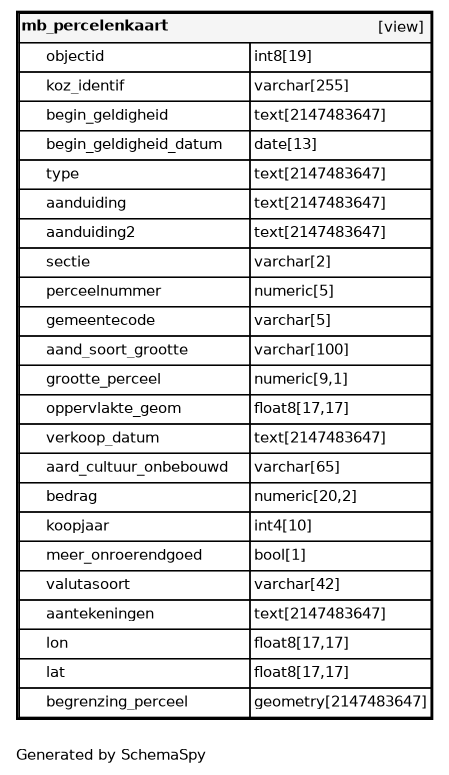
Above: datamodel/schemaspy/brk/diagrams/tables/mb_percelenkaart.1degree.png in B3Partners/brmo (Graphviz), before the change. Its source is kept beside it as datamodel/schemaspy/brk/diagrams/tables/mb_percelenkaart.1degree.dot.
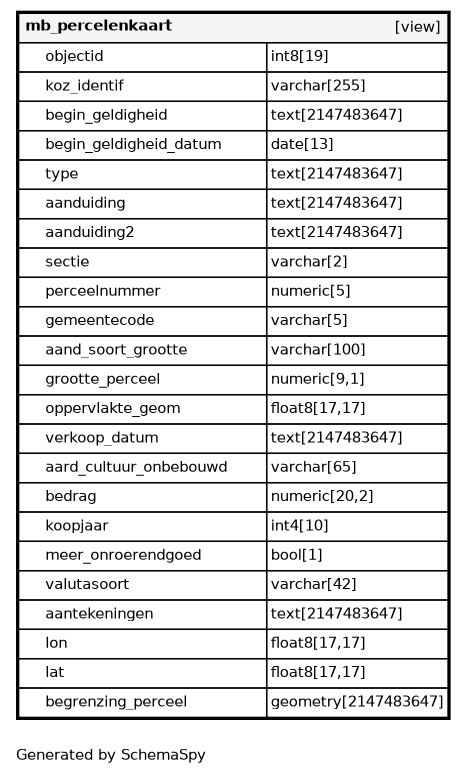
After the change.

Diff of the diagram source:
```diff
@@ -1,32 +1,32 @@
 digraph "oneDegreeRelationshipsDiagram" {
-  graph [    rankdir="RL"    bgcolor="#ffffff"    label="\nGenerated by SchemaSpy"    labeljust="l"    nodesep="0.18"    ranksep="0.46"    fontname="Helvetica"    fontsize="11"    ration="compress"  ];  node [    fontname="Helvetica"    fontsize="11"    shape="plaintext"  ];  edge [    arrowsize="0.8"  ];
+  graph [    rankdir="RL"    bgcolor="#ffffff"    label="\nGenerated by SchemaSpy"    labeljust="l"    nodesep="0.18"    ranksep="0.46"    fontname="Helvetica"    fontsize="11"    packmode="graph"  ];  node [    fontname="Helvetica"    fontsize="11"    shape="plaintext"  ];  edge [    arrowsize="0.8"  ];
   "mb_percelenkaart" [
    label=<
     <TABLE BORDER="2" CELLBORDER="1" CELLSPACING="0" BGCOLOR="#ffffff">
-      <TR><TD COLSPAN="4"  BGCOLOR="#f5f5f5"><TABLE BORDER="0" CELLSPACING="0"><TR><TD ALIGN="LEFT" FIXEDSIZE="TRUE" WIDTH="108" HEIGHT="16"><B>mb_percelenkaart</B></TD><TD ALIGN="RIGHT">[view]</TD></TR></TABLE></TD></TR>
-      <TR><TD PORT="objectid" COLSPAN="2" ALIGN="LEFT"><TABLE BORDER="0" CELLSPACING="0" ALIGN="LEFT"><TR ALIGN="LEFT"><TD ALIGN="LEFT" FIXEDSIZE="TRUE" WIDTH="15" HEIGHT="16"></TD><TD ALIGN="LEFT" FIXEDSIZE="TRUE" WIDTH="152" HEIGHT="16">objectid</TD></TR></TABLE></TD><TD PORT="objectid.type" ALIGN="LEFT">int8[19]</TD></TR>
-      <TR><TD PORT="koz_identif" COLSPAN="2" ALIGN="LEFT"><TABLE BORDER="0" CELLSPACING="0" ALIGN="LEFT"><TR ALIGN="LEFT"><TD ALIGN="LEFT" FIXEDSIZE="TRUE" WIDTH="15" HEIGHT="16"></TD><TD ALIGN="LEFT" FIXEDSIZE="TRUE" WIDTH="152" HEIGHT="16">koz_identif</TD></TR></TABLE></TD><TD PORT="koz_identif.type" ALIGN="LEFT">varchar[255]</TD></TR>
-      <TR><TD PORT="begin_geldigheid" COLSPAN="2" ALIGN="LEFT"><TABLE BORDER="0" CELLSPACING="0" ALIGN="LEFT"><TR ALIGN="LEFT"><TD ALIGN="LEFT" FIXEDSIZE="TRUE" WIDTH="15" HEIGHT="16"></TD><TD ALIGN="LEFT" FIXEDSIZE="TRUE" WIDTH="152" HEIGHT="16">begin_geldigheid</TD></TR></TABLE></TD><TD PORT="begin_geldigheid.type" ALIGN="LEFT">text[2147483647]</TD></TR>
-      <TR><TD PORT="begin_geldigheid_datum" COLSPAN="2" ALIGN="LEFT"><TABLE BORDER="0" CELLSPACING="0" ALIGN="LEFT"><TR ALIGN="LEFT"><TD ALIGN="LEFT" FIXEDSIZE="TRUE" WIDTH="15" HEIGHT="16"></TD><TD ALIGN="LEFT" FIXEDSIZE="TRUE" WIDTH="152" HEIGHT="16">begin_geldigheid_datum</TD></TR></TABLE></TD><TD PORT="begin_geldigheid_datum.type" ALIGN="LEFT">date[13]</TD></TR>
-      <TR><TD PORT="type" COLSPAN="2" ALIGN="LEFT"><TABLE BORDER="0" CELLSPACING="0" ALIGN="LEFT"><TR ALIGN="LEFT"><TD ALIGN="LEFT" FIXEDSIZE="TRUE" WIDTH="15" HEIGHT="16"></TD><TD ALIGN="LEFT" FIXEDSIZE="TRUE" WIDTH="152" HEIGHT="16">type</TD></TR></TABLE></TD><TD PORT="type.type" ALIGN="LEFT">text[2147483647]</TD></TR>
-      <TR><TD PORT="aanduiding" COLSPAN="2" ALIGN="LEFT"><TABLE BORDER="0" CELLSPACING="0" ALIGN="LEFT"><TR ALIGN="LEFT"><TD ALIGN="LEFT" FIXEDSIZE="TRUE" WIDTH="15" HEIGHT="16"></TD><TD ALIGN="LEFT" FIXEDSIZE="TRUE" WIDTH="152" HEIGHT="16">aanduiding</TD></TR></TABLE></TD><TD PORT="aanduiding.type" ALIGN="LEFT">text[2147483647]</TD></TR>
-      <TR><TD PORT="aanduiding2" COLSPAN="2" ALIGN="LEFT"><TABLE BORDER="0" CELLSPACING="0" ALIGN="LEFT"><TR ALIGN="LEFT"><TD ALIGN="LEFT" FIXEDSIZE="TRUE" WIDTH="15" HEIGHT="16"></TD><TD ALIGN="LEFT" FIXEDSIZE="TRUE" WIDTH="152" HEIGHT="16">aanduiding2</TD></TR></TABLE></TD><TD PORT="aanduiding2.type" ALIGN="LEFT">text[2147483647]</TD></TR>
-      <TR><TD PORT="sectie" COLSPAN="2" ALIGN="LEFT"><TABLE BORDER="0" CELLSPACING="0" ALIGN="LEFT"><TR ALIGN="LEFT"><TD ALIGN="LEFT" FIXEDSIZE="TRUE" WIDTH="15" HEIGHT="16"></TD><TD ALIGN="LEFT" FIXEDSIZE="TRUE" WIDTH="152" HEIGHT="16">sectie</TD></TR></TABLE></TD><TD PORT="sectie.type" ALIGN="LEFT">varchar[2]</TD></TR>
-      <TR><TD PORT="perceelnummer" COLSPAN="2" ALIGN="LEFT"><TABLE BORDER="0" CELLSPACING="0" ALIGN="LEFT"><TR ALIGN="LEFT"><TD ALIGN="LEFT" FIXEDSIZE="TRUE" WIDTH="15" HEIGHT="16"></TD><TD ALIGN="LEFT" FIXEDSIZE="TRUE" WIDTH="152" HEIGHT="16">perceelnummer</TD></TR></TABLE></TD><TD PORT="perceelnummer.type" ALIGN="LEFT">numeric[5]</TD></TR>
-      <TR><TD PORT="gemeentecode" COLSPAN="2" ALIGN="LEFT"><TABLE BORDER="0" CELLSPACING="0" ALIGN="LEFT"><TR ALIGN="LEFT"><TD ALIGN="LEFT" FIXEDSIZE="TRUE" WIDTH="15" HEIGHT="16"></TD><TD ALIGN="LEFT" FIXEDSIZE="TRUE" WIDTH="152" HEIGHT="16">gemeentecode</TD></TR></TABLE></TD><TD PORT="gemeentecode.type" ALIGN="LEFT">varchar[5]</TD></TR>
-      <TR><TD PORT="aand_soort_grootte" COLSPAN="2" ALIGN="LEFT"><TABLE BORDER="0" CELLSPACING="0" ALIGN="LEFT"><TR ALIGN="LEFT"><TD ALIGN="LEFT" FIXEDSIZE="TRUE" WIDTH="15" HEIGHT="16"></TD><TD ALIGN="LEFT" FIXEDSIZE="TRUE" WIDTH="152" HEIGHT="16">aand_soort_grootte</TD></TR></TABLE></TD><TD PORT="aand_soort_grootte.type" ALIGN="LEFT">varchar[100]</TD></TR>
-      <TR><TD PORT="grootte_perceel" COLSPAN="2" ALIGN="LEFT"><TABLE BORDER="0" CELLSPACING="0" ALIGN="LEFT"><TR ALIGN="LEFT"><TD ALIGN="LEFT" FIXEDSIZE="TRUE" WIDTH="15" HEIGHT="16"></TD><TD ALIGN="LEFT" FIXEDSIZE="TRUE" WIDTH="152" HEIGHT="16">grootte_perceel</TD></TR></TABLE></TD><TD PORT="grootte_perceel.type" ALIGN="LEFT">numeric[9,1]</TD></TR>
-      <TR><TD PORT="oppervlakte_geom" COLSPAN="2" ALIGN="LEFT"><TABLE BORDER="0" CELLSPACING="0" ALIGN="LEFT"><TR ALIGN="LEFT"><TD ALIGN="LEFT" FIXEDSIZE="TRUE" WIDTH="15" HEIGHT="16"></TD><TD ALIGN="LEFT" FIXEDSIZE="TRUE" WIDTH="152" HEIGHT="16">oppervlakte_geom</TD></TR></TABLE></TD><TD PORT="oppervlakte_geom.type" ALIGN="LEFT">float8[17,17]</TD></TR>
-      <TR><TD PORT="verkoop_datum" COLSPAN="2" ALIGN="LEFT"><TABLE BORDER="0" CELLSPACING="0" ALIGN="LEFT"><TR ALIGN="LEFT"><TD ALIGN="LEFT" FIXEDSIZE="TRUE" WIDTH="15" HEIGHT="16"></TD><TD ALIGN="LEFT" FIXEDSIZE="TRUE" WIDTH="152" HEIGHT="16">verkoop_datum</TD></TR></TABLE></TD><TD PORT="verkoop_datum.type" ALIGN="LEFT">text[2147483647]</TD></TR>
-      <TR><TD PORT="aard_cultuur_onbebouwd" COLSPAN="2" ALIGN="LEFT"><TABLE BORDER="0" CELLSPACING="0" ALIGN="LEFT"><TR ALIGN="LEFT"><TD ALIGN="LEFT" FIXEDSIZE="TRUE" WIDTH="15" HEIGHT="16"></TD><TD ALIGN="LEFT" FIXEDSIZE="TRUE" WIDTH="152" HEIGHT="16">aard_cultuur_onbebouwd</TD></TR></TABLE></TD><TD PORT="aard_cultuur_onbebouwd.type" ALIGN="LEFT">varchar[65]</TD></TR>
-      <TR><TD PORT="bedrag" COLSPAN="2" ALIGN="LEFT"><TABLE BORDER="0" CELLSPACING="0" ALIGN="LEFT"><TR ALIGN="LEFT"><TD ALIGN="LEFT" FIXEDSIZE="TRUE" WIDTH="15" HEIGHT="16"></TD><TD ALIGN="LEFT" FIXEDSIZE="TRUE" WIDTH="152" HEIGHT="16">bedrag</TD></TR></TABLE></TD><TD PORT="bedrag.type" ALIGN="LEFT">numeric[20,2]</TD></TR>
-      <TR><TD PORT="koopjaar" COLSPAN="2" ALIGN="LEFT"><TABLE BORDER="0" CELLSPACING="0" ALIGN="LEFT"><TR ALIGN="LEFT"><TD ALIGN="LEFT" FIXEDSIZE="TRUE" WIDTH="15" HEIGHT="16"></TD><TD ALIGN="LEFT" FIXEDSIZE="TRUE" WIDTH="152" HEIGHT="16">koopjaar</TD></TR></TABLE></TD><TD PORT="koopjaar.type" ALIGN="LEFT">int4[10]</TD></TR>
-      <TR><TD PORT="meer_onroerendgoed" COLSPAN="2" ALIGN="LEFT"><TABLE BORDER="0" CELLSPACING="0" ALIGN="LEFT"><TR ALIGN="LEFT"><TD ALIGN="LEFT" FIXEDSIZE="TRUE" WIDTH="15" HEIGHT="16"></TD><TD ALIGN="LEFT" FIXEDSIZE="TRUE" WIDTH="152" HEIGHT="16">meer_onroerendgoed</TD></TR></TABLE></TD><TD PORT="meer_onroerendgoed.type" ALIGN="LEFT">bool[1]</TD></TR>
-      <TR><TD PORT="valutasoort" COLSPAN="2" ALIGN="LEFT"><TABLE BORDER="0" CELLSPACING="0" ALIGN="LEFT"><TR ALIGN="LEFT"><TD ALIGN="LEFT" FIXEDSIZE="TRUE" WIDTH="15" HEIGHT="16"></TD><TD ALIGN="LEFT" FIXEDSIZE="TRUE" WIDTH="152" HEIGHT="16">valutasoort</TD></TR></TABLE></TD><TD PORT="valutasoort.type" ALIGN="LEFT">varchar[42]</TD></TR>
-      <TR><TD PORT="aantekeningen" COLSPAN="2" ALIGN="LEFT"><TABLE BORDER="0" CELLSPACING="0" ALIGN="LEFT"><TR ALIGN="LEFT"><TD ALIGN="LEFT" FIXEDSIZE="TRUE" WIDTH="15" HEIGHT="16"></TD><TD ALIGN="LEFT" FIXEDSIZE="TRUE" WIDTH="152" HEIGHT="16">aantekeningen</TD></TR></TABLE></TD><TD PORT="aantekeningen.type" ALIGN="LEFT">text[2147483647]</TD></TR>
-      <TR><TD PORT="lon" COLSPAN="2" ALIGN="LEFT"><TABLE BORDER="0" CELLSPACING="0" ALIGN="LEFT"><TR ALIGN="LEFT"><TD ALIGN="LEFT" FIXEDSIZE="TRUE" WIDTH="15" HEIGHT="16"></TD><TD ALIGN="LEFT" FIXEDSIZE="TRUE" WIDTH="152" HEIGHT="16">lon</TD></TR></TABLE></TD><TD PORT="lon.type" ALIGN="LEFT">float8[17,17]</TD></TR>
-      <TR><TD PORT="lat" COLSPAN="2" ALIGN="LEFT"><TABLE BORDER="0" CELLSPACING="0" ALIGN="LEFT"><TR ALIGN="LEFT"><TD ALIGN="LEFT" FIXEDSIZE="TRUE" WIDTH="15" HEIGHT="16"></TD><TD ALIGN="LEFT" FIXEDSIZE="TRUE" WIDTH="152" HEIGHT="16">lat</TD></TR></TABLE></TD><TD PORT="lat.type" ALIGN="LEFT">float8[17,17]</TD></TR>
-      <TR><TD PORT="begrenzing_perceel" COLSPAN="2" ALIGN="LEFT"><TABLE BORDER="0" CELLSPACING="0" ALIGN="LEFT"><TR ALIGN="LEFT"><TD ALIGN="LEFT" FIXEDSIZE="TRUE" WIDTH="15" HEIGHT="16"></TD><TD ALIGN="LEFT" FIXEDSIZE="TRUE" WIDTH="152" HEIGHT="16">begrenzing_perceel</TD></TR></TABLE></TD><TD PORT="begrenzing_perceel.type" ALIGN="LEFT">geometry[2147483647]</TD></TR>
+      <TR><TD COLSPAN="4"  BGCOLOR="#f5f5f5"><TABLE BORDER="0" CELLSPACING="0"><TR><TD ALIGN="LEFT" FIXEDSIZE="TRUE" WIDTH="118" HEIGHT="16"><B>mb_percelenkaart</B></TD><TD ALIGN="RIGHT">[view]</TD></TR></TABLE></TD></TR>
+      <TR><TD PORT="objectid" COLSPAN="2" ALIGN="LEFT"><TABLE BORDER="0" CELLSPACING="0" ALIGN="LEFT"><TR ALIGN="LEFT"><TD ALIGN="LEFT" FIXEDSIZE="TRUE" WIDTH="15" HEIGHT="16"></TD><TD ALIGN="LEFT" FIXEDSIZE="TRUE" WIDTH="165" HEIGHT="16">objectid</TD></TR></TABLE></TD><TD PORT="objectid.type" ALIGN="LEFT">int8[19]</TD></TR>
+      <TR><TD PORT="koz_identif" COLSPAN="2" ALIGN="LEFT"><TABLE BORDER="0" CELLSPACING="0" ALIGN="LEFT"><TR ALIGN="LEFT"><TD ALIGN="LEFT" FIXEDSIZE="TRUE" WIDTH="15" HEIGHT="16"></TD><TD ALIGN="LEFT" FIXEDSIZE="TRUE" WIDTH="165" HEIGHT="16">koz_identif</TD></TR></TABLE></TD><TD PORT="koz_identif.type" ALIGN="LEFT">varchar[255]</TD></TR>
+      <TR><TD PORT="begin_geldigheid" COLSPAN="2" ALIGN="LEFT"><TABLE BORDER="0" CELLSPACING="0" ALIGN="LEFT"><TR ALIGN="LEFT"><TD ALIGN="LEFT" FIXEDSIZE="TRUE" WIDTH="15" HEIGHT="16"></TD><TD ALIGN="LEFT" FIXEDSIZE="TRUE" WIDTH="165" HEIGHT="16">begin_geldigheid</TD></TR></TABLE></TD><TD PORT="begin_geldigheid.type" ALIGN="LEFT">text[2147483647]</TD></TR>
+      <TR><TD PORT="begin_geldigheid_datum" COLSPAN="2" ALIGN="LEFT"><TABLE BORDER="0" CELLSPACING="0" ALIGN="LEFT"><TR ALIGN="LEFT"><TD ALIGN="LEFT" FIXEDSIZE="TRUE" WIDTH="15" HEIGHT="16"></TD><TD ALIGN="LEFT" FIXEDSIZE="TRUE" WIDTH="165" HEIGHT="16">begin_geldigheid_datum</TD></TR></TABLE></TD><TD PORT="begin_geldigheid_datum.type" ALIGN="LEFT">date[13]</TD></TR>
+      <TR><TD PORT="type" COLSPAN="2" ALIGN="LEFT"><TABLE BORDER="0" CELLSPACING="0" ALIGN="LEFT"><TR ALIGN="LEFT"><TD ALIGN="LEFT" FIXEDSIZE="TRUE" WIDTH="15" HEIGHT="16"></TD><TD ALIGN="LEFT" FIXEDSIZE="TRUE" WIDTH="165" HEIGHT="16">type</TD></TR></TABLE></TD><TD PORT="type.type" ALIGN="LEFT">text[2147483647]</TD></TR>
+      <TR><TD PORT="aanduiding" COLSPAN="2" ALIGN="LEFT"><TABLE BORDER="0" CELLSPACING="0" ALIGN="LEFT"><TR ALIGN="LEFT"><TD ALIGN="LEFT" FIXEDSIZE="TRUE" WIDTH="15" HEIGHT="16"></TD><TD ALIGN="LEFT" FIXEDSIZE="TRUE" WIDTH="165" HEIGHT="16">aanduiding</TD></TR></TABLE></TD><TD PORT="aanduiding.type" ALIGN="LEFT">text[2147483647]</TD></TR>
+      <TR><TD PORT="aanduiding2" COLSPAN="2" ALIGN="LEFT"><TABLE BORDER="0" CELLSPACING="0" ALIGN="LEFT"><TR ALIGN="LEFT"><TD ALIGN="LEFT" FIXEDSIZE="TRUE" WIDTH="15" HEIGHT="16"></TD><TD ALIGN="LEFT" FIXEDSIZE="TRUE" WIDTH="165" HEIGHT="16">aanduiding2</TD></TR></TABLE></TD><TD PORT="aanduiding2.type" ALIGN="LEFT">text[2147483647]</TD></TR>
+      <TR><TD PORT="sectie" COLSPAN="2" ALIGN="LEFT"><TABLE BORDER="0" CELLSPACING="0" ALIGN="LEFT"><TR ALIGN="LEFT"><TD ALIGN="LEFT" FIXEDSIZE="TRUE" WIDTH="15" HEIGHT="16"></TD><TD ALIGN="LEFT" FIXEDSIZE="TRUE" WIDTH="165" HEIGHT="16">sectie</TD></TR></TABLE></TD><TD PORT="sectie.type" ALIGN="LEFT">varchar[2]</TD></TR>
+      <TR><TD PORT="perceelnummer" COLSPAN="2" ALIGN="LEFT"><TABLE BORDER="0" CELLSPACING="0" ALIGN="LEFT"><TR ALIGN="LEFT"><TD ALIGN="LEFT" FIXEDSIZE="TRUE" WIDTH="15" HEIGHT="16"></TD><TD ALIGN="LEFT" FIXEDSIZE="TRUE" WIDTH="165" HEIGHT="16">perceelnummer</TD></TR></TABLE></TD><TD PORT="perceelnummer.type" ALIGN="LEFT">numeric[5]</TD></TR>
+      <TR><TD PORT="gemeentecode" COLSPAN="2" ALIGN="LEFT"><TABLE BORDER="0" CELLSPACING="0" ALIGN="LEFT"><TR ALIGN="LEFT"><TD ALIGN="LEFT" FIXEDSIZE="TRUE" WIDTH="15" HEIGHT="16"></TD><TD ALIGN="LEFT" FIXEDSIZE="TRUE" WIDTH="165" HEIGHT="16">gemeentecode</TD></TR></TABLE></TD><TD PORT="gemeentecode.type" ALIGN="LEFT">varchar[5]</TD></TR>
+      <TR><TD PORT="aand_soort_grootte" COLSPAN="2" ALIGN="LEFT"><TABLE BORDER="0" CELLSPACING="0" ALIGN="LEFT"><TR ALIGN="LEFT"><TD ALIGN="LEFT" FIXEDSIZE="TRUE" WIDTH="15" HEIGHT="16"></TD><TD ALIGN="LEFT" FIXEDSIZE="TRUE" WIDTH="165" HEIGHT="16">aand_soort_grootte</TD></TR></TABLE></TD><TD PORT="aand_soort_grootte.type" ALIGN="LEFT">varchar[100]</TD></TR>
+      <TR><TD PORT="grootte_perceel" COLSPAN="2" ALIGN="LEFT"><TABLE BORDER="0" CELLSPACING="0" ALIGN="LEFT"><TR ALIGN="LEFT"><TD ALIGN="LEFT" FIXEDSIZE="TRUE" WIDTH="15" HEIGHT="16"></TD><TD ALIGN="LEFT" FIXEDSIZE="TRUE" WIDTH="165" HEIGHT="16">grootte_perceel</TD></TR></TABLE></TD><TD PORT="grootte_perceel.type" ALIGN="LEFT">numeric[9,1]</TD></TR>
+      <TR><TD PORT="oppervlakte_geom" COLSPAN="2" ALIGN="LEFT"><TABLE BORDER="0" CELLSPACING="0" ALIGN="LEFT"><TR ALIGN="LEFT"><TD ALIGN="LEFT" FIXEDSIZE="TRUE" WIDTH="15" HEIGHT="16"></TD><TD ALIGN="LEFT" FIXEDSIZE="TRUE" WIDTH="165" HEIGHT="16">oppervlakte_geom</TD></TR></TABLE></TD><TD PORT="oppervlakte_geom.type" ALIGN="LEFT">float8[17,17]</TD></TR>
+      <TR><TD PORT="verkoop_datum" COLSPAN="2" ALIGN="LEFT"><TABLE BORDER="0" CELLSPACING="0" ALIGN="LEFT"><TR ALIGN="LEFT"><TD ALIGN="LEFT" FIXEDSIZE="TRUE" WIDTH="15" HEIGHT="16"></TD><TD ALIGN="LEFT" FIXEDSIZE="TRUE" WIDTH="165" HEIGHT="16">verkoop_datum</TD></TR></TABLE></TD><TD PORT="verkoop_datum.type" ALIGN="LEFT">text[2147483647]</TD></TR>
+      <TR><TD PORT="aard_cultuur_onbebouwd" COLSPAN="2" ALIGN="LEFT"><TABLE BORDER="0" CELLSPACING="0" ALIGN="LEFT"><TR ALIGN="LEFT"><TD ALIGN="LEFT" FIXEDSIZE="TRUE" WIDTH="15" HEIGHT="16"></TD><TD ALIGN="LEFT" FIXEDSIZE="TRUE" WIDTH="165" HEIGHT="16">aard_cultuur_onbebouwd</TD></TR></TABLE></TD><TD PORT="aard_cultuur_onbebouwd.type" ALIGN="LEFT">varchar[65]</TD></TR>
+      <TR><TD PORT="bedrag" COLSPAN="2" ALIGN="LEFT"><TABLE BORDER="0" CELLSPACING="0" ALIGN="LEFT"><TR ALIGN="LEFT"><TD ALIGN="LEFT" FIXEDSIZE="TRUE" WIDTH="15" HEIGHT="16"></TD><TD ALIGN="LEFT" FIXEDSIZE="TRUE" WIDTH="165" HEIGHT="16">bedrag</TD></TR></TABLE></TD><TD PORT="bedrag.type" ALIGN="LEFT">numeric[20,2]</TD></TR>
+      <TR><TD PORT="koopjaar" COLSPAN="2" ALIGN="LEFT"><TABLE BORDER="0" CELLSPACING="0" ALIGN="LEFT"><TR ALIGN="LEFT"><TD ALIGN="LEFT" FIXEDSIZE="TRUE" WIDTH="15" HEIGHT="16"></TD><TD ALIGN="LEFT" FIXEDSIZE="TRUE" WIDTH="165" HEIGHT="16">koopjaar</TD></TR></TABLE></TD><TD PORT="koopjaar.type" ALIGN="LEFT">int4[10]</TD></TR>
+      <TR><TD PORT="meer_onroerendgoed" COLSPAN="2" ALIGN="LEFT"><TABLE BORDER="0" CELLSPACING="0" ALIGN="LEFT"><TR ALIGN="LEFT"><TD ALIGN="LEFT" FIXEDSIZE="TRUE" WIDTH="15" HEIGHT="16"></TD><TD ALIGN="LEFT" FIXEDSIZE="TRUE" WIDTH="165" HEIGHT="16">meer_onroerendgoed</TD></TR></TABLE></TD><TD PORT="meer_onroerendgoed.type" ALIGN="LEFT">bool[1]</TD></TR>
+      <TR><TD PORT="valutasoort" COLSPAN="2" ALIGN="LEFT"><TABLE BORDER="0" CELLSPACING="0" ALIGN="LEFT"><TR ALIGN="LEFT"><TD ALIGN="LEFT" FIXEDSIZE="TRUE" WIDTH="15" HEIGHT="16"></TD><TD ALIGN="LEFT" FIXEDSIZE="TRUE" WIDTH="165" HEIGHT="16">valutasoort</TD></TR></TABLE></TD><TD PORT="valutasoort.type" ALIGN="LEFT">varchar[42]</TD></TR>
+      <TR><TD PORT="aantekeningen" COLSPAN="2" ALIGN="LEFT"><TABLE BORDER="0" CELLSPACING="0" ALIGN="LEFT"><TR ALIGN="LEFT"><TD ALIGN="LEFT" FIXEDSIZE="TRUE" WIDTH="15" HEIGHT="16"></TD><TD ALIGN="LEFT" FIXEDSIZE="TRUE" WIDTH="165" HEIGHT="16">aantekeningen</TD></TR></TABLE></TD><TD PORT="aantekeningen.type" ALIGN="LEFT">text[2147483647]</TD></TR>
+      <TR><TD PORT="lon" COLSPAN="2" ALIGN="LEFT"><TABLE BORDER="0" CELLSPACING="0" ALIGN="LEFT"><TR ALIGN="LEFT"><TD ALIGN="LEFT" FIXEDSIZE="TRUE" WIDTH="15" HEIGHT="16"></TD><TD ALIGN="LEFT" FIXEDSIZE="TRUE" WIDTH="165" HEIGHT="16">lon</TD></TR></TABLE></TD><TD PORT="lon.type" ALIGN="LEFT">float8[17,17]</TD></TR>
+      <TR><TD PORT="lat" COLSPAN="2" ALIGN="LEFT"><TABLE BORDER="0" CELLSPACING="0" ALIGN="LEFT"><TR ALIGN="LEFT"><TD ALIGN="LEFT" FIXEDSIZE="TRUE" WIDTH="15" HEIGHT="16"></TD><TD ALIGN="LEFT" FIXEDSIZE="TRUE" WIDTH="165" HEIGHT="16">lat</TD></TR></TABLE></TD><TD PORT="lat.type" ALIGN="LEFT">float8[17,17]</TD></TR>
+      <TR><TD PORT="begrenzing_perceel" COLSPAN="2" ALIGN="LEFT"><TABLE BORDER="0" CELLSPACING="0" ALIGN="LEFT"><TR ALIGN="LEFT"><TD ALIGN="LEFT" FIXEDSIZE="TRUE" WIDTH="15" HEIGHT="16"></TD><TD ALIGN="LEFT" FIXEDSIZE="TRUE" WIDTH="165" HEIGHT="16">begrenzing_perceel</TD></TR></TABLE></TD><TD PORT="begrenzing_perceel.type" ALIGN="LEFT">geometry[2147483647]</TD></TR>
     </TABLE>>
     URL="mb_percelenkaart.html"
     target="_top"
```
